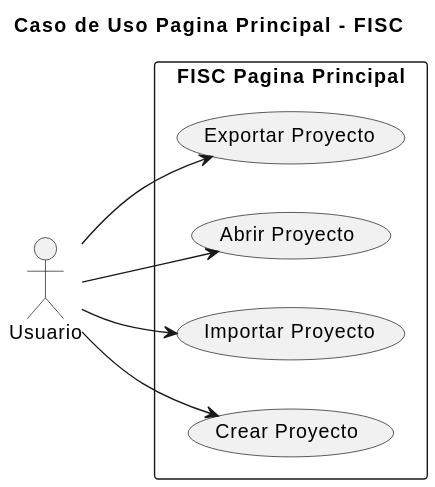
Earlier version of the PlantUML export imagenes/casosDeUso/casoUsoPaginaPrincipal.svg (mmasias/23-24-IdSw1-SDR).
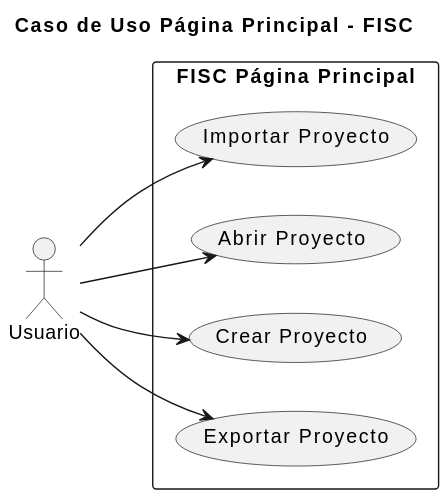
After the commit.

Commit message:
correccion caso uso pagina principal

The edit, as a diff of the source:
```diff
@@ -1,19 +1,20 @@
 @startuml
-title Caso de Uso Pagina Principal - FISC
+title Caso de Uso Página Principal - FISC
 
 left to right direction
 
 actor Usuario as user
 
-rectangle "FISC Pagina Principal" {
+rectangle "FISC Página Principal" {
+
+    usecase "Importar Proyecto" as importar
+    usecase "Abrir Proyecto" as abrir
+    usecase "Crear Proyecto" as nuevo
     usecase "Exportar Proyecto" as exportar
-    usecase "Abrir Proyecto" as abrir
-    usecase "Importar Proyecto" as importar
-    usecase "Crear Proyecto" as nuevo
 }
 
+user --> importar : ""
+user --> abrir : ""
+user --> nuevo : ""
 user --> exportar : ""
-user --> abrir : ""
-user --> importar : ""
-user --> nuevo : ""
 @enduml
```
